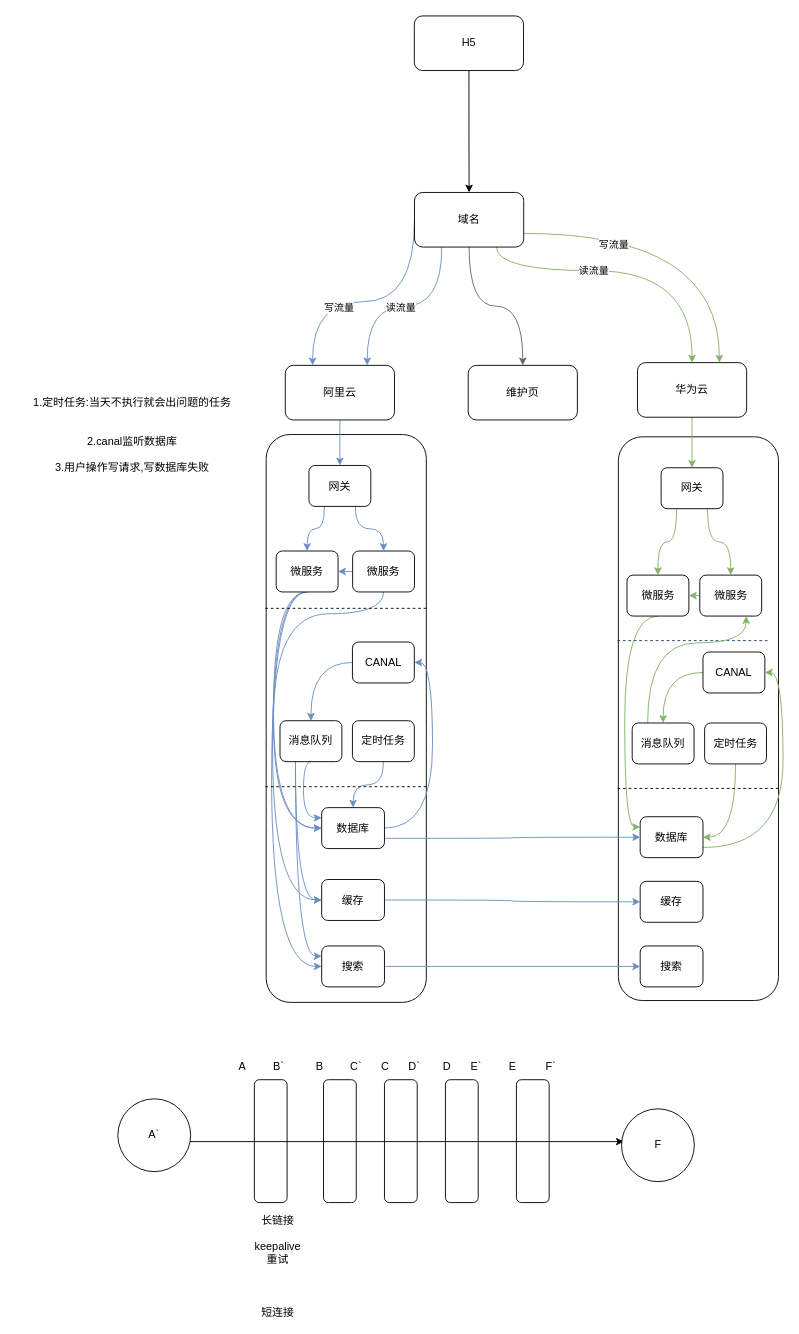
Earlier version of the draw.io diagram 直播迁移实施方案.drawio (mingtian110/pc_home). Source tidied: cells renumbered, new cells numbered last; positions are measured from the earlier drawing's top-left corner, leaving out a move shared by most shapes. Both pictures are drawn from the tidied source at 91%, with x=0, y=0 at pixel (15, 15).
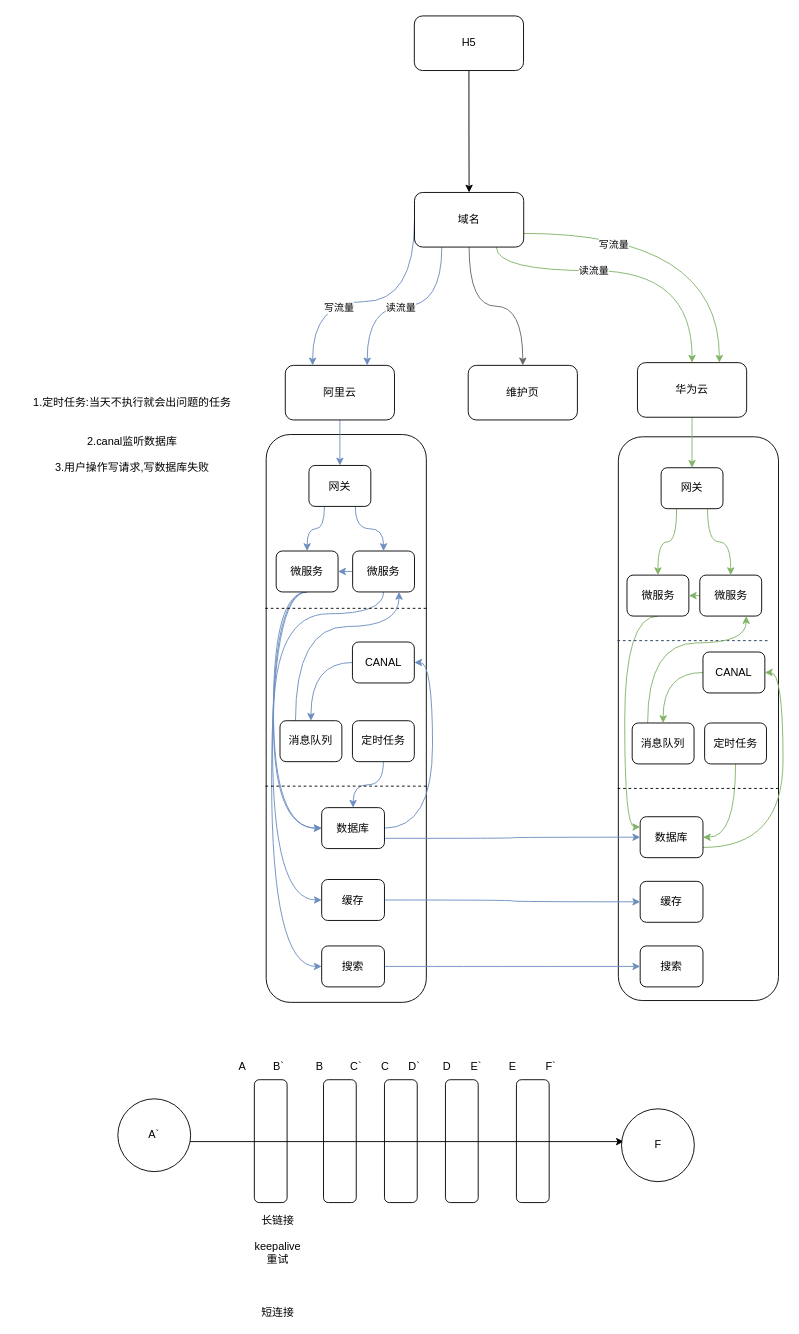
The same page after the edit.

Commit message:
更新直播迁移实施方案.drawio

The change refers to these unchanged cells:
```xml
<mxCell id="27" value="微服务" style="rounded=1;whiteSpace=wrap;html=1;" parent="1" vertex="1">
  <mxGeometry x="370" y="588" width="68" height="45" as="geometry" />
</mxCell>
<mxCell id="35" value="消息队列" style="rounded=1;whiteSpace=wrap;html=1;" parent="1" vertex="1">
  <mxGeometry x="290.2" y="774.5" width="68" height="45" as="geometry" />
</mxCell>
<mxCell id="41" value="缓存" style="rounded=1;whiteSpace=wrap;html=1;" parent="1" vertex="1">
  <mxGeometry x="336" y="949" width="69" height="45" as="geometry" />
</mxCell>
<mxCell id="44" value="数据库" style="rounded=1;whiteSpace=wrap;html=1;" parent="1" vertex="1">
  <mxGeometry x="336" y="870" width="69" height="45" as="geometry" />
</mxCell>
<mxCell id="46" value="搜索" style="rounded=1;whiteSpace=wrap;html=1;" parent="1" vertex="1">
  <mxGeometry x="336" y="1022" width="69" height="45" as="geometry" />
</mxCell>
```

What changed in the source:
```diff
@@
-    <mxCell id="32" style="edgeStyle=orthogonalEdgeStyle;curved=1;jettySize=auto;html=1;exitX=0.5;exitY=1;exitDx=0;exitDy=0;entryX=0;entryY=0.25;entryDx=0;entryDy=0;strokeColor=#6c8ebf;fillColor=#dae8fc;" parent="1" edge="1" source="35" target="44">
-      <mxGeometry relative="1" as="geometry">
-        <Array as="points">
-          <mxPoint x="316" y="820" />
-          <mxPoint x="316" y="881" />
-        </Array>
-      </mxGeometry>
-    </mxCell>
-    <mxCell id="33" style="edgeStyle=orthogonalEdgeStyle;curved=1;jettySize=auto;html=1;exitX=0.25;exitY=1;exitDx=0;exitDy=0;entryX=0;entryY=0.5;entryDx=0;entryDy=0;strokeColor=#6c8ebf;fillColor=#dae8fc;" parent="1" edge="1" source="35" target="41">
-      <mxGeometry relative="1" as="geometry">
-        <Array as="points">
-          <mxPoint x="307" y="972" />
-        </Array>
-      </mxGeometry>
-    </mxCell>
-    <mxCell id="34" style="edgeStyle=orthogonalEdgeStyle;curved=1;jettySize=auto;html=1;exitX=0.25;exitY=1;exitDx=0;exitDy=0;entryX=0;entryY=0.25;entryDx=0;entryDy=0;strokeColor=#6c8ebf;fillColor=#dae8fc;" parent="1" edge="1" source="35" target="46">
-      <mxGeometry relative="1" as="geometry" />
-    </mxCell>
+    <mxCell id="87" style="edgeStyle=orthogonalEdgeStyle;curved=1;jettySize=auto;html=1;exitX=0.25;exitY=0;exitDx=0;exitDy=0;entryX=0.75;entryY=1;entryDx=0;entryDy=0;fillColor=#dae8fc;strokeColor=#6c8ebf;" parent="1" edge="1" source="35" target="27">
+      <mxGeometry relative="1" as="geometry">
+        <Array as="points">
+          <mxPoint x="307" y="671" />
+          <mxPoint x="421" y="671" />
+        </Array>
+      </mxGeometry>
+    </mxCell>
@@
     <mxCell id="38" style="endArrow=none;dashed=1;html=1;entryX=1;entryY=0.399;entryDx=0;entryDy=0;entryPerimeter=0;exitX=-0.01;exitY=0.399;exitDx=0;exitDy=0;exitPerimeter=0;" parent="1" edge="1">
       <mxGeometry relative="1" as="geometry">
-        <mxPoint x="274.1" y="847" as="sourcePoint" />
-        <mxPoint x="451.9" y="847" as="targetPoint" />
+        <mxPoint x="274.2" y="846.4" as="sourcePoint" />
+        <mxPoint x="452" y="846.4" as="targetPoint" />
       </mxGeometry>
     </mxCell>
```
